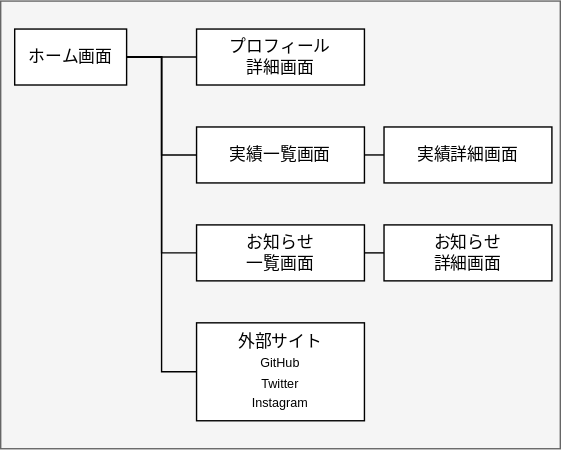
nekkiChan/Portfolio keeps this draw.io diagram as SpecificationDocuments/draw/img/portfolio-overview.svg. Above is the earlier version. Source tidied: cells renumbered, new cells last; positions are measured from the earlier drawing's top-left corner, leaving out a move shared by most shapes.
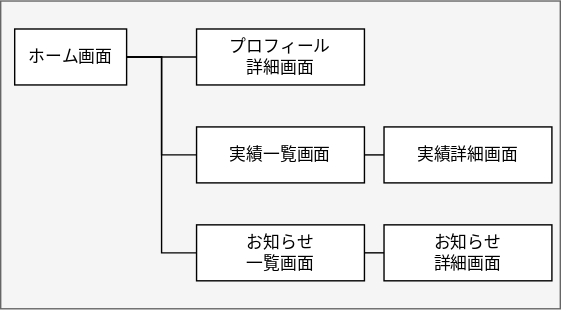
The same diagram one commit later.

Diff of the diagram source:
```diff
@@ -3,7 +3,7 @@
     <mxCell id="0" />
     <mxCell id="1" parent="0" />
     <mxCell id="2" style="rounded=0;whiteSpace=wrap;html=1;fillColor=#f5f5f5;fontColor=#333333;strokeColor=#666666;" parent="1" vertex="1">
-      <mxGeometry width="400" height="320" as="geometry" />
+      <mxGeometry width="400" height="220" as="geometry" />
     </mxCell>
     <mxCell id="3" style="edgeStyle=orthogonalEdgeStyle;rounded=0;jettySize=auto;html=1;exitX=1;exitY=0.5;exitDx=0;exitDy=0;entryX=0;entryY=0.5;entryDx=0;entryDy=0;endArrow=none;endFill=0;" parent="1" edge="1" source="7" target="8">
       <mxGeometry relative="1" as="geometry" />
@@ -14,9 +14,6 @@
     <mxCell id="5" style="edgeStyle=orthogonalEdgeStyle;rounded=0;jettySize=auto;html=1;exitX=1;exitY=0.5;exitDx=0;exitDy=0;entryX=0;entryY=0.5;entryDx=0;entryDy=0;endArrow=none;endFill=0;" parent="1" edge="1" source="7" target="10">
       <mxGeometry relative="1" as="geometry" />
     </mxCell>
-    <mxCell id="6" style="edgeStyle=orthogonalEdgeStyle;rounded=0;jettySize=auto;html=1;exitX=1;exitY=0.5;exitDx=0;exitDy=0;entryX=0;entryY=0.5;entryDx=0;entryDy=0;endArrow=none;endFill=0;" parent="1" edge="1" source="7" target="13">
-      <mxGeometry relative="1" as="geometry" />
-    </mxCell>
     <mxCell id="7" value="ホーム画面" style="rounded=0;whiteSpace=wrap;html=1;" parent="1" vertex="1">
       <mxGeometry x="10" y="20" width="80" height="40" as="geometry" />
     </mxCell>
@@ -35,9 +32,6 @@
     <mxCell id="12" value="実績一覧画面" style="rounded=0;whiteSpace=wrap;html=1;" parent="1" vertex="1">
       <mxGeometry x="140" y="90" width="120" height="40" as="geometry" />
     </mxCell>
-    <mxCell id="13" value="外部サイト&lt;font style=&quot;font-size: 9px;&quot;&gt;&lt;br&gt;&lt;span style=&quot;background-color: initial;&quot;&gt;GitHub&lt;/span&gt;&lt;br&gt;&lt;span style=&quot;background-color: initial;&quot;&gt;Twitter&lt;/span&gt;&lt;br&gt;Instagram&lt;/font&gt;" style="rounded=0;whiteSpace=wrap;html=1;align=center;" parent="1" vertex="1">
-      <mxGeometry x="140" y="230" width="120" height="70" as="geometry" />
-    </mxCell>
     <mxCell id="14" style="edgeStyle=orthogonalEdgeStyle;rounded=0;orthogonalLoop=1;jettySize=auto;html=1;exitX=0.5;exitY=1;exitDx=0;exitDy=0;" parent="1" edge="1" source="2" target="2">
       <mxGeometry relative="1" as="geometry" />
     </mxCell>
```
